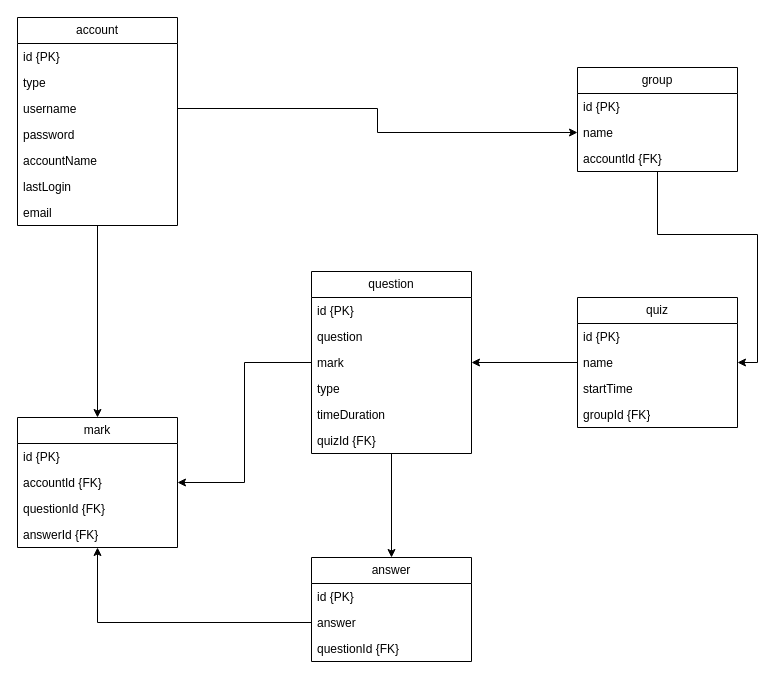
Above: Database/QuizERD.drawio in randillasith/MindFuel (draw.io), before the change. Source tidied: cells renumbered, new cells numbered last; positions are measured from the earlier drawing's top-left corner, leaving out a move shared by most shapes. Both pictures are drawn from the tidied source at 100%, with x=0, y=0 at pixel (17, 17).
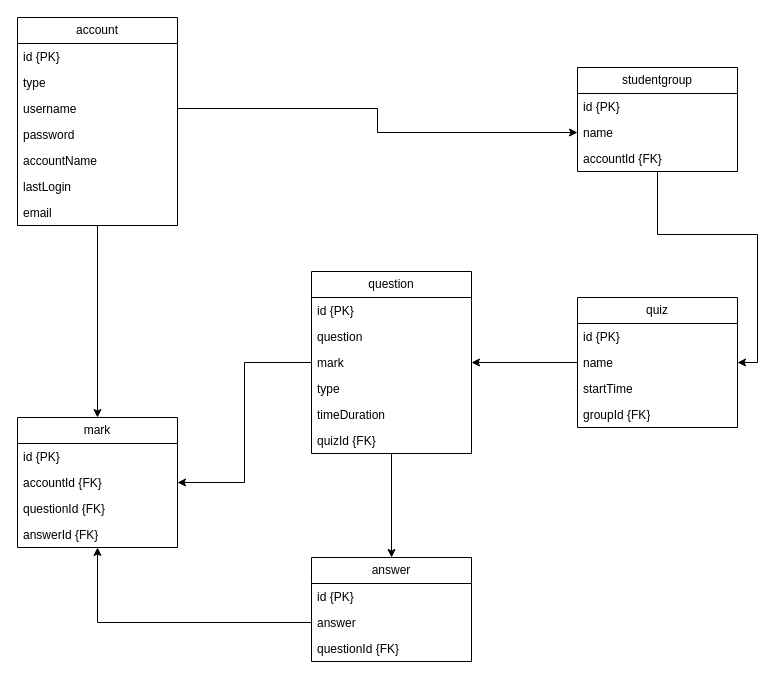
After the change.

The edit, as a diff of the source:
```diff
@@
-    <mxCell id="12" value="group" style="swimlane;fontStyle=0;horizontal=1;startSize=26;fillColor=none;whiteSpace=wrap;html=1;" parent="1" vertex="1">
+    <mxCell id="12" value="studentgroup" style="swimlane;fontStyle=0;horizontal=1;startSize=26;fillColor=none;whiteSpace=wrap;html=1;" parent="1" vertex="1">
       <mxGeometry x="560" y="50" width="160" height="104" as="geometry" />
     </mxCell>
```
